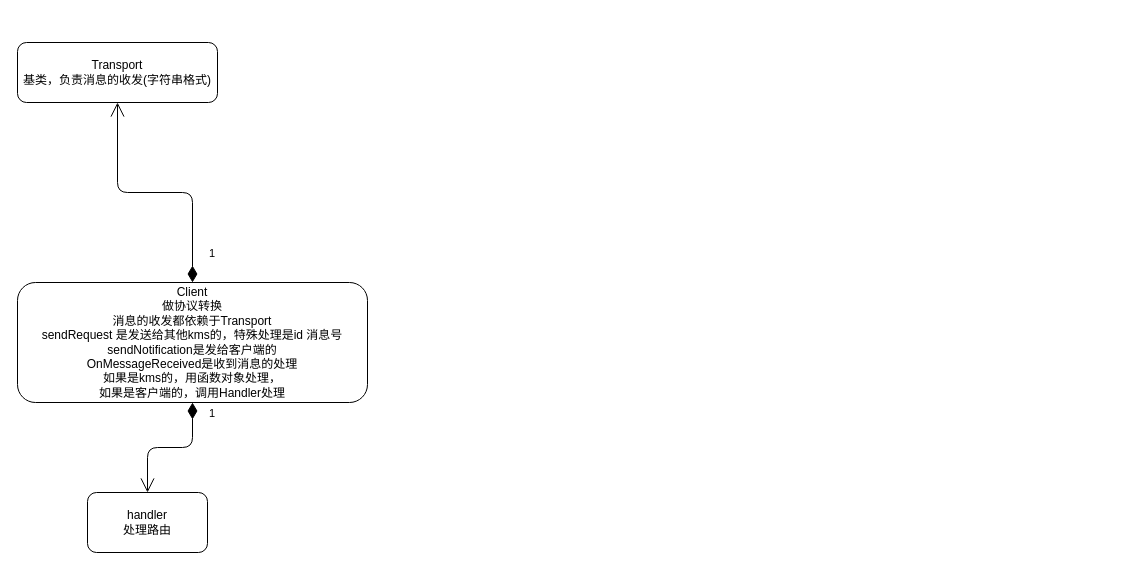
The draw.io diagram kms源码分析/kms分析文字版本.drawio in 63isOK/conference_graph, before the edit. Source tidied: cells renumbered, new cells numbered last; positions are measured from the earlier drawing's top-left corner, leaving out a move shared by most shapes. Both pictures are drawn from the tidied source at 100%, with x=0, y=0 at pixel (17, 42).
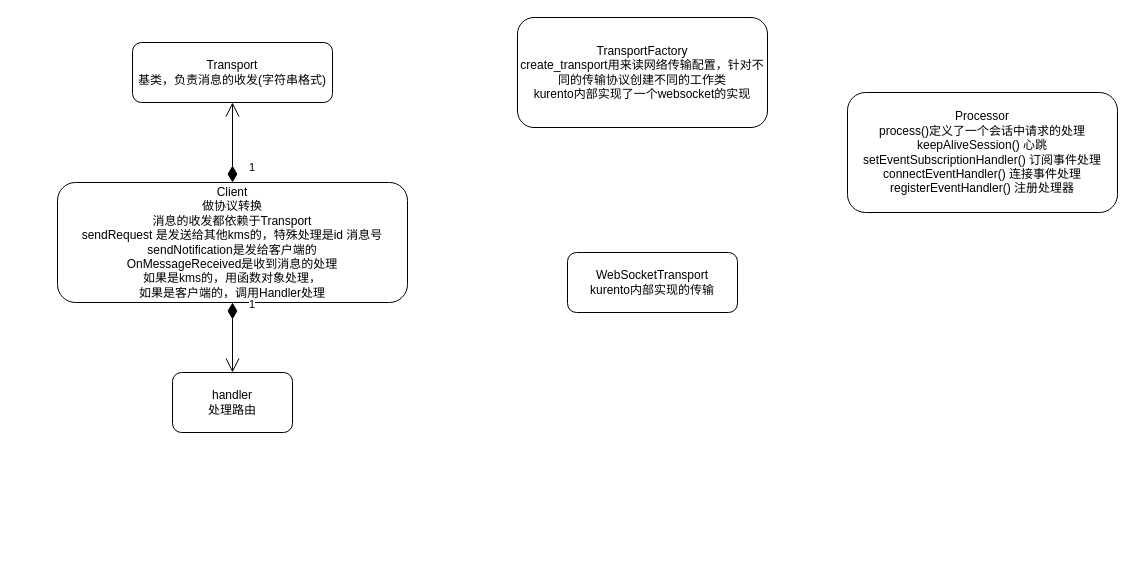
The same diagram, later.

Commit message:
更新kms分析文字版本.drawio

Diff of the diagram source:
```diff
@@
 <mxGraphModel>
   <root>
     <mxCell id="0" />
     <mxCell id="1" parent="0" />
     <mxCell id="2" value="&lt;span&gt;Transport&lt;br&gt;基类，负责消息的收发(字符串格式)&lt;br&gt;&lt;/span&gt;" style="rounded=1;whiteSpace=wrap;html=1;" parent="1" vertex="1">
-      <mxGeometry width="200" height="60" as="geometry" />
+      <mxGeometry x="115" width="200" height="60" as="geometry" />
     </mxCell>
     <mxCell id="3" value="&lt;span&gt;Client&lt;br&gt;做协议转换&lt;br&gt;消息的收发都依赖于Transport&lt;br&gt;&lt;/span&gt;&lt;span&gt;sendRequest 是发送给其他kms的，特殊处理是id 消息号&lt;br&gt;&lt;/span&gt;&lt;span&gt;sendNotification是发给客户端的&lt;br&gt;&lt;/span&gt;&lt;span&gt;OnMessageReceived是收到消息的处理&lt;br&gt;&lt;/span&gt;&lt;span&gt;如果是kms的，用函数对象处理，&lt;br&gt;如果是客户端的，调用Handler处理&lt;br&gt;&lt;/span&gt;" style="rounded=1;whiteSpace=wrap;html=1;" parent="1" vertex="1">
-      <mxGeometry y="240" width="350" height="120" as="geometry" />
+      <mxGeometry x="40" y="140" width="350" height="120" as="geometry" />
     </mxCell>
     <mxCell id="4" value="&lt;span&gt;handler&lt;br&gt;处理路由&lt;br&gt;&lt;/span&gt;" style="rounded=1;whiteSpace=wrap;html=1;" parent="1" vertex="1">
-      <mxGeometry x="70" y="450" width="120" height="60" as="geometry" />
+      <mxGeometry x="155" y="330" width="120" height="60" as="geometry" />
     </mxCell>
     <mxCell id="5" value="1" style="endArrow=open;html=1;endSize=12;startArrow=diamondThin;startSize=14;startFill=1;edgeStyle=orthogonalEdgeStyle;align=left;verticalAlign=bottom;exitX=0.5;exitY=0;exitDx=0;exitDy=0;" parent="1" edge="1" source="3" target="2">
       <mxGeometry x="-0.84" y="-15" relative="1" as="geometry" />
     </mxCell>
     <mxCell id="6" value="1" style="endArrow=open;html=1;endSize=12;startArrow=diamondThin;startSize=14;startFill=1;edgeStyle=orthogonalEdgeStyle;align=left;verticalAlign=bottom;" parent="1" edge="1" source="3" target="4">
       <mxGeometry x="-0.7" y="15" relative="1" as="geometry" />
     </mxCell>
+    <mxCell id="7" value="&lt;span&gt;TransportFactory&lt;br&gt;create_transport用来读网络传输配置，针对不同的传输协议创建不同的工作类&lt;br&gt;kurento内部实现了一个websocket的实现&lt;br&gt;&lt;/span&gt;" style="rounded=1;whiteSpace=wrap;html=1;" parent="1" vertex="1">
+      <mxGeometry x="500" y="-25" width="250" height="110" as="geometry" />
+    </mxCell>
+    <mxCell id="8" value="&lt;span&gt;WebSocketTransport&lt;br&gt;kurento内部实现的传输&lt;br&gt;&lt;/span&gt;" style="rounded=1;whiteSpace=wrap;html=1;" parent="1" vertex="1">
+      <mxGeometry x="550" y="210" width="170" height="60" as="geometry" />
+    </mxCell>
+    <mxCell id="9" value="&lt;span&gt;Processor&lt;br&gt;process()定义了一个会话中请求的处理&lt;br&gt;keepAliveSession() 心跳&lt;br&gt;setEventSubscriptionHandler() 订阅事件处理&lt;br&gt;connectEventHandler() 连接事件处理&lt;br&gt;registerEventHandler() 注册处理器&lt;br&gt;&lt;/span&gt;" style="rounded=1;whiteSpace=wrap;html=1;fontStyle=0;" parent="1" vertex="1">
+      <mxGeometry x="830" y="50" width="270" height="120" as="geometry" />
+    </mxCell>
   </root>
 </mxGraphModel>
```
